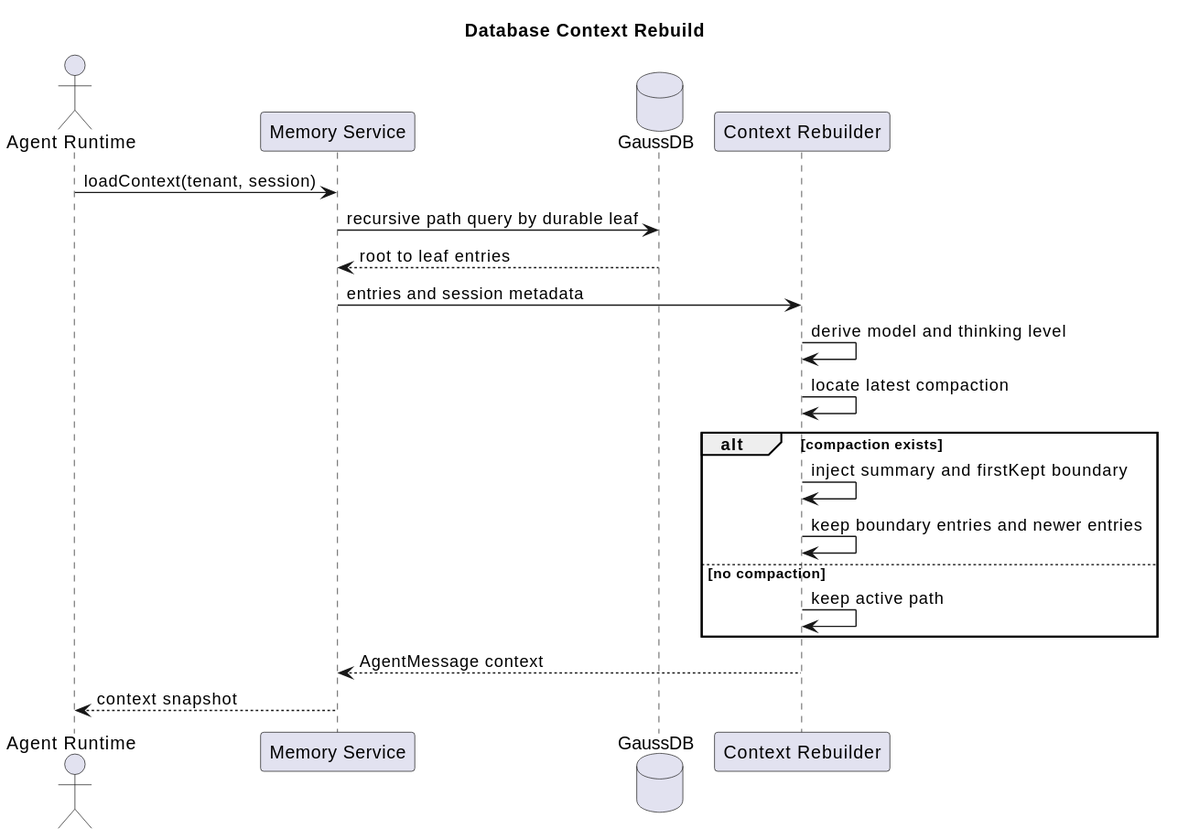
This is diagrams/memory/memory-context-rebuild.svg from superheromeZzh/pi-mono-java-design, a PlantUML export, as it was before one commit.
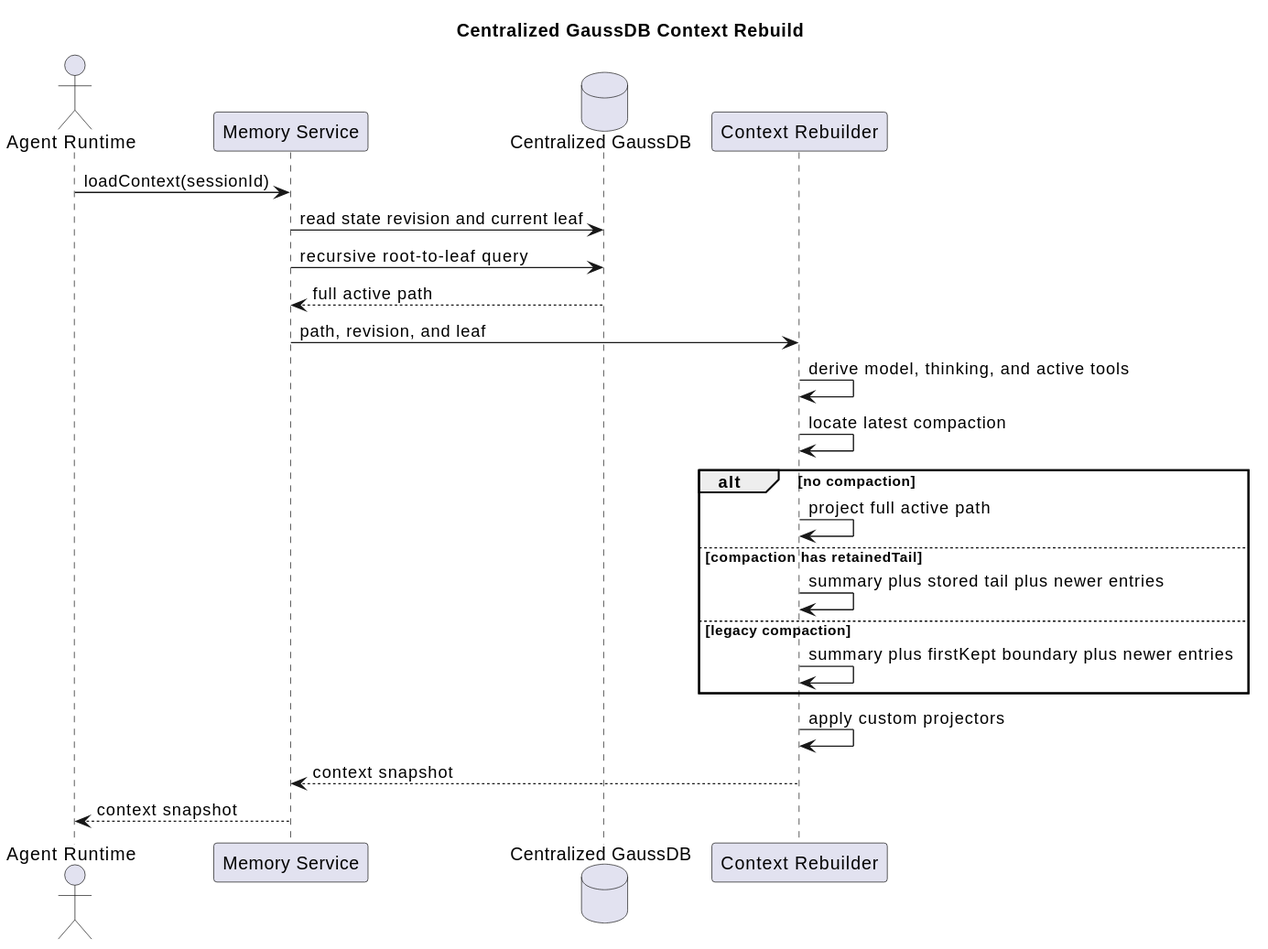
After the change.

Commit message:
docs(memory): redesign centralized GaussDB session memory

Change to the diagram source:
```diff
@@ -1,24 +1,27 @@
 @startuml
-title Database Context Rebuild
+title Centralized GaussDB Context Rebuild
 
 
 actor "Agent Runtime" as runtime
 participant "Memory Service" as memory
-database "GaussDB" as db
+database "Centralized GaussDB" as db
 participant "Context Rebuilder" as rebuild
 
-runtime -> memory : loadContext(tenant, session)
-memory -> db : recursive path query by durable leaf
-db --> memory : root to leaf entries
-memory -> rebuild : entries and session metadata
-rebuild -> rebuild : derive model and thinking level
+runtime -> memory : loadContext(sessionId)
+memory -> db : read state revision and current leaf
+memory -> db : recursive root-to-leaf query
+db --> memory : full active path
+memory -> rebuild : path, revision, and leaf
+rebuild -> rebuild : derive model, thinking, and active tools
 rebuild -> rebuild : locate latest compaction
-alt compaction exists
-  rebuild -> rebuild : inject summary and firstKept boundary
-  rebuild -> rebuild : keep boundary entries and newer entries
-else no compaction
-  rebuild -> rebuild : keep active path
+alt no compaction
+  rebuild -> rebuild : project full active path
+else compaction has retainedTail
+  rebuild -> rebuild : summary plus stored tail plus newer entries
+else legacy compaction
+  rebuild -> rebuild : summary plus firstKept boundary plus newer entries
 end
-rebuild --> memory : AgentMessage context
+rebuild -> rebuild : apply custom projectors
+rebuild --> memory : context snapshot
 memory --> runtime : context snapshot
 @enduml
```
